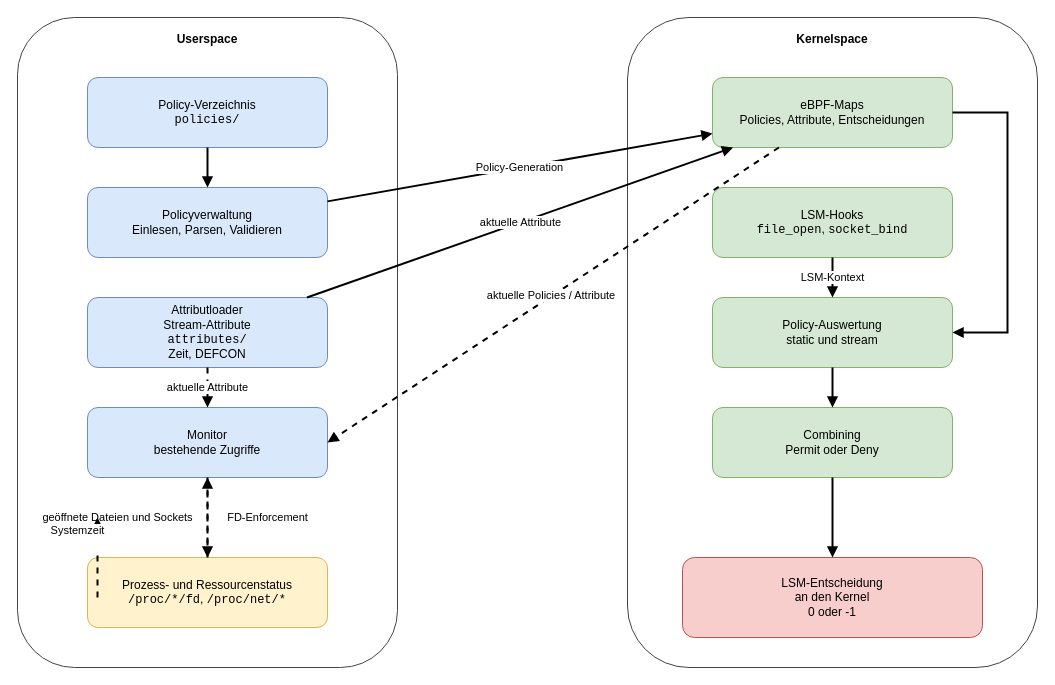
Before: thesis/architecture.drawio in KchChr/tails-pdp, a draw.io diagram. Source tidied: cells renumbered, new cells numbered last; positions are measured from the earlier drawing's top-left corner, leaving out a move shared by most shapes. Both pictures are drawn from the tidied source at 100%, with x=0, y=0 at pixel (17, 17).
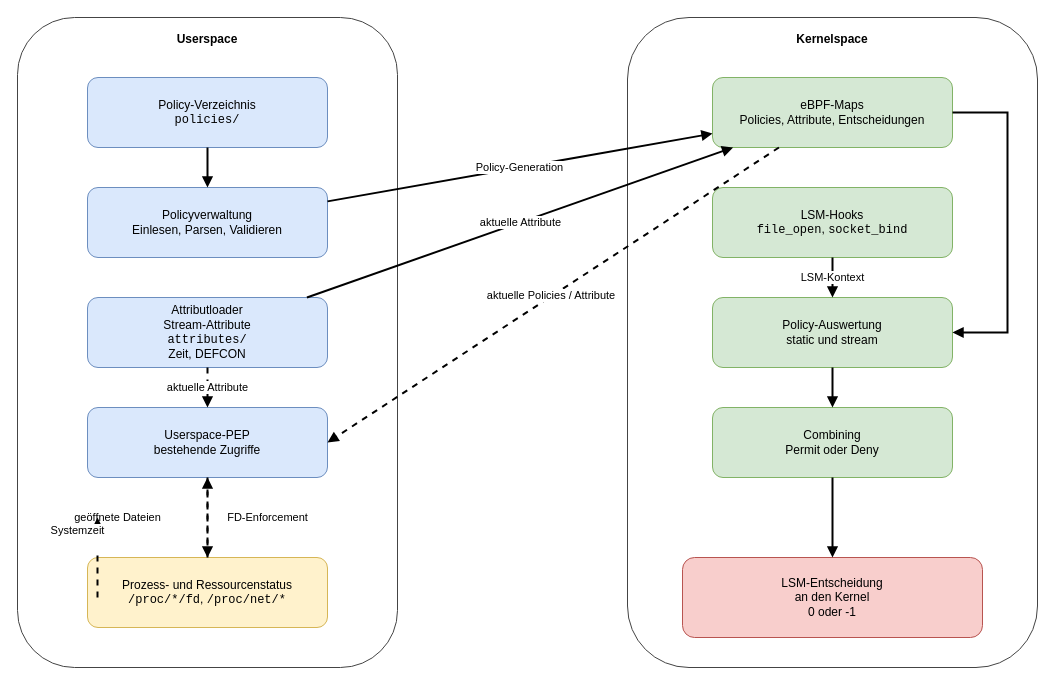
The same diagram, later.

Unchanged cells that the change refers to:
```xml
<mxCell id="8" value="Prozess- und Ressourcenstatus&lt;br&gt;&lt;font face=&quot;Courier New&quot;&gt;/proc/*/fd&lt;/font&gt;, &lt;font face=&quot;Courier New&quot;&gt;/proc/net/*&lt;/font&gt;" style="rounded=1;whiteSpace=wrap;html=1;fillColor=#fff2cc;strokeColor=#d6b656;" parent="1" vertex="1">
  <mxGeometry x="70" y="540" width="240" height="70" as="geometry" />
</mxCell>
```

What changed in the source:
```diff
@@
-    <mxCell id="7" value="Monitor&lt;br&gt;bestehende Zugriffe" style="rounded=1;whiteSpace=wrap;html=1;fillColor=#dae8fc;strokeColor=#6c8ebf;" parent="1" vertex="1">
+    <mxCell id="7" value="Userspace-PEP&lt;br&gt;bestehende Zugriffe" style="rounded=1;whiteSpace=wrap;html=1;fillColor=#dae8fc;strokeColor=#6c8ebf;" parent="1" vertex="1">
       <mxGeometry x="70" y="390" width="240" height="70" as="geometry" />
     </mxCell>
@@
-    <mxCell id="22" value="geöffnete Dateien und Sockets" style="endArrow=block;html=1;rounded=0;strokeWidth=2;dashed=1;" parent="1" edge="1" source="8" target="7">
+    <mxCell id="22" value="geöffnete Dateien" style="endArrow=block;html=1;rounded=0;strokeWidth=2;dashed=1;" parent="1" edge="1" source="8" target="7">
       <mxGeometry y="90" relative="1" as="geometry" />
     </mxCell>
```
